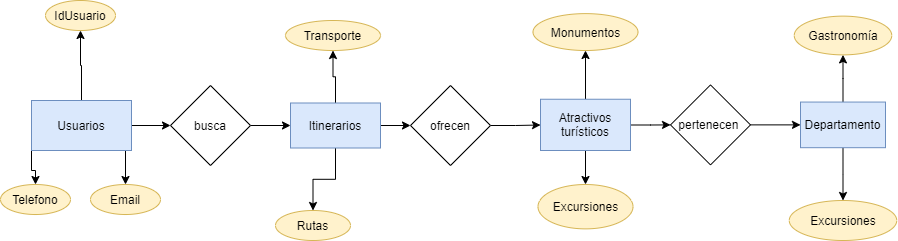
Earlier version of the draw.io export Diagrama sin título.png (FullStackCatamarca/proyecto_g1-proyecto_Viajes365). Source tidied: cells renumbered, new cells last; positions are measured from the earlier drawing's top-left corner, leaving out a move shared by most shapes.
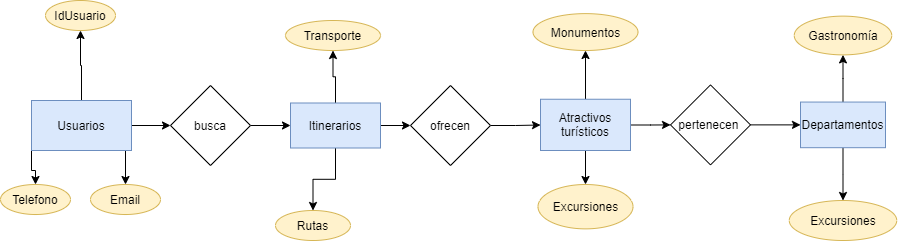
Above is the later version.

Commit message:
DER Viajes 365.png

Change to the diagram source:
```diff
@@ -74,7 +74,7 @@
     <mxCell id="25" style="edgeStyle=orthogonalEdgeStyle;rounded=0;jettySize=auto;html=1;" parent="1" edge="1" source="26" target="32">
       <mxGeometry relative="1" as="geometry" />
     </mxCell>
-    <mxCell id="26" value="Departamento" style="whiteSpace=wrap;html=1;rounded=0;fillColor=#dae8fc;strokeColor=#6c8ebf;" parent="1" vertex="1">
+    <mxCell id="26" value="Departamentos" style="whiteSpace=wrap;html=1;rounded=0;fillColor=#dae8fc;strokeColor=#6c8ebf;" parent="1" vertex="1">
       <mxGeometry x="800" y="101.6" width="85" height="45.6" as="geometry" />
     </mxCell>
     <mxCell id="27" value="Transporte" style="ellipse;whiteSpace=wrap;html=1;rounded=0;strokeColor=#d6b656;fillColor=#fff2cc;" parent="1" vertex="1">
```
